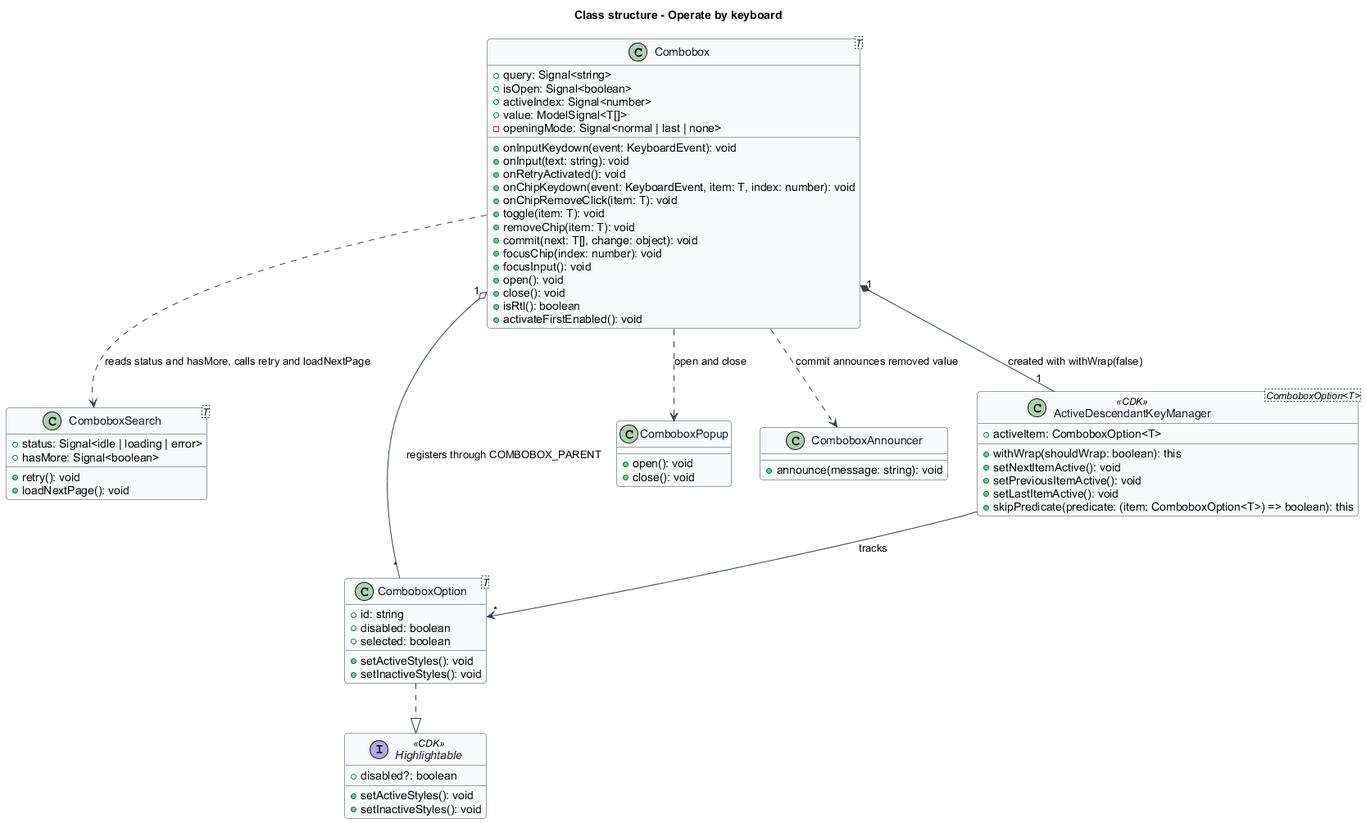
Above: docs/detailed-designs/combobox/operate-by-keyboard/diagrams/class-structure.png in QuinntyneBrown/Tessera (PlantUML), before the change.
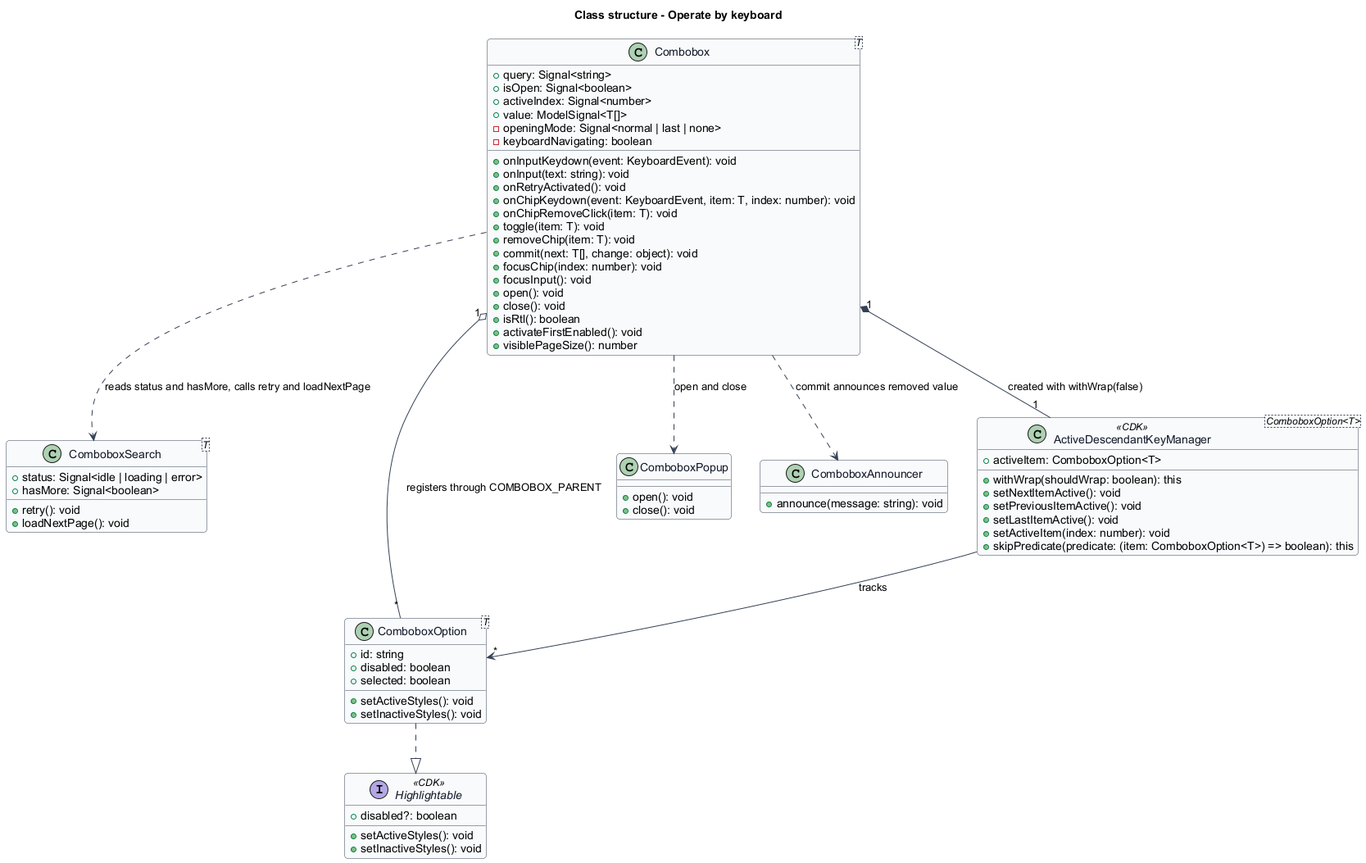
The same file after the commit.

Diff of the diagram source:
```diff
@@ -17,6 +17,7 @@
   +activeIndex: Signal<number>
   +value: ModelSignal<T[]>
   -openingMode: Signal<normal | last | none>
+  -keyboardNavigating: boolean
   +onInputKeydown(event: KeyboardEvent): void
   +onInput(text: string): void
   +onRetryActivated(): void
@@ -31,6 +32,7 @@
   +close(): void
   +isRtl(): boolean
   +activateFirstEnabled(): void
+  +visiblePageSize(): number
 }
 
 class "ComboboxSearch<T>" as ComboboxSearch {
@@ -63,6 +65,7 @@
   +setNextItemActive(): void
   +setPreviousItemActive(): void
   +setLastItemActive(): void
+  +setActiveItem(index: number): void
   +skipPredicate(predicate: (item: ComboboxOption<T>) => boolean): this
 }
 
```
